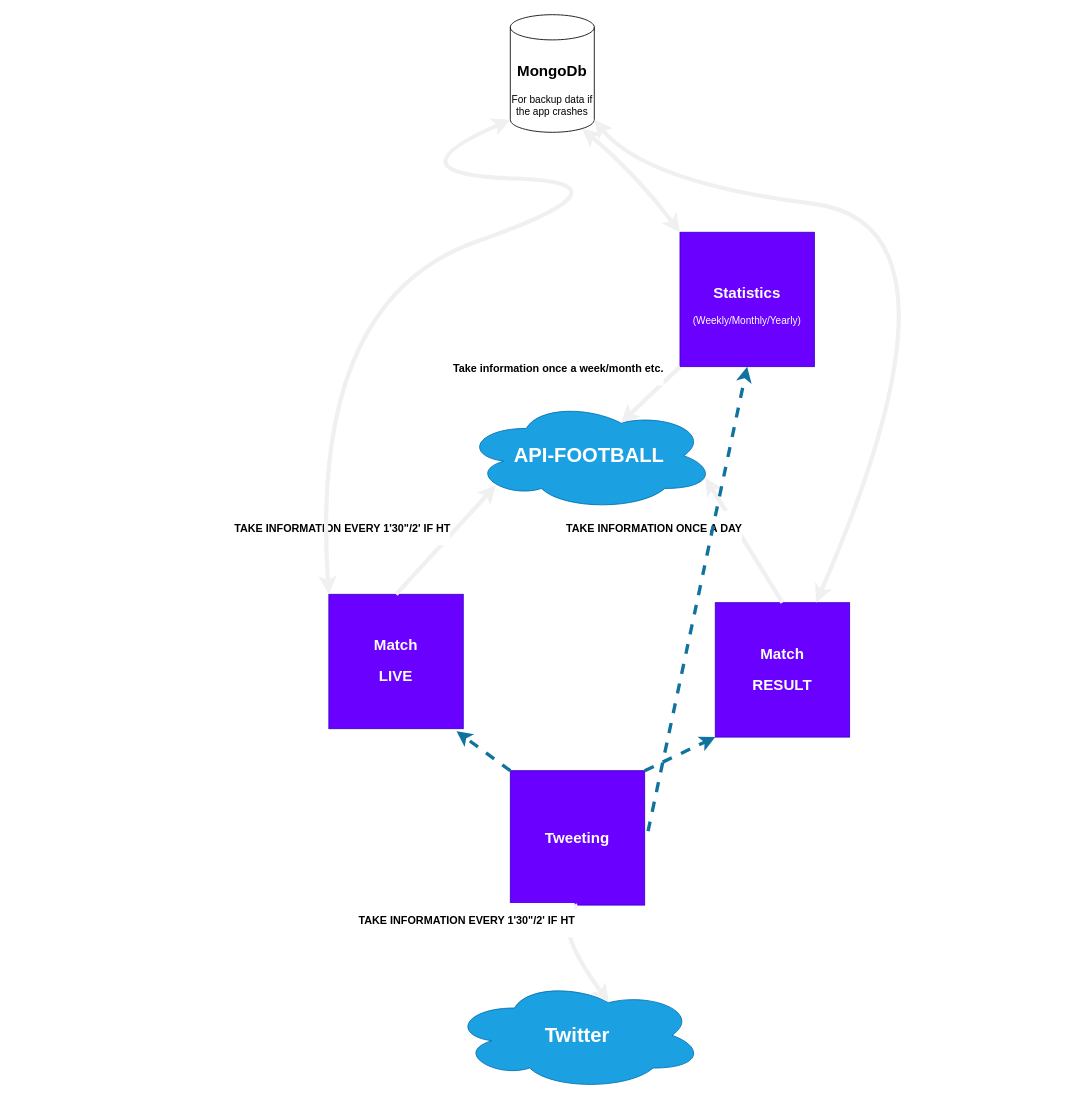
Earlier version of the draw.io diagram architecture.drawio (Zakichanu/Soccer-Alert-Twitter). Source tidied: cells renumbered, new cells numbered last; positions are measured from the earlier drawing's top-left corner, leaving out a move shared by most shapes. Both pictures are drawn from the tidied source at 84%, with x=0, y=0 at pixel (308, 14).
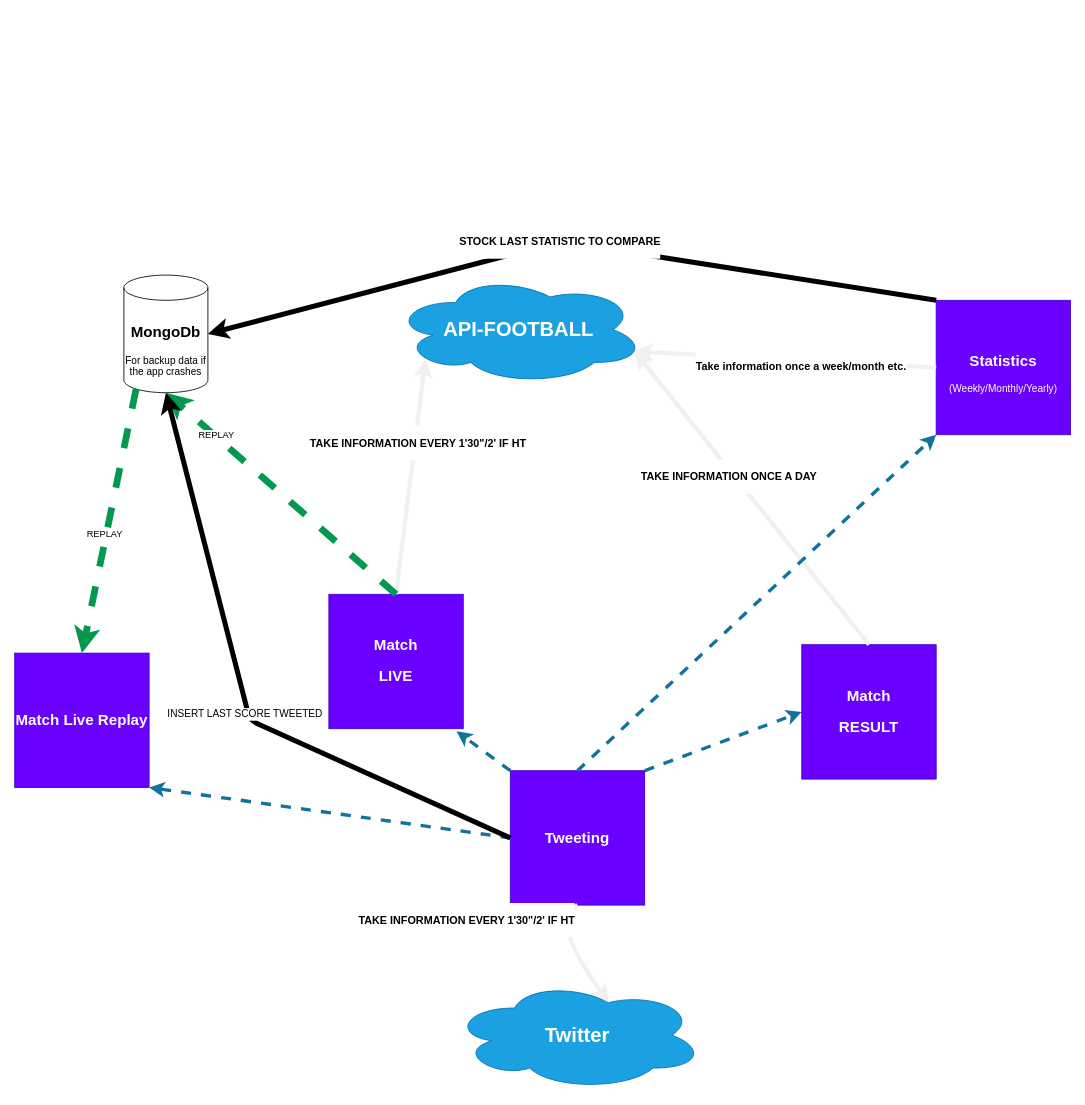
After the change.

Unchanged cells that the change refers to:
```xml
<mxCell id="3" value="&lt;h2&gt;Match&lt;/h2&gt;&lt;h2&gt;LIVE&lt;/h2&gt;" style="whiteSpace=wrap;html=1;fillColor=#6a00ff;fontColor=#ffffff;strokeColor=#3700CC;" parent="1" vertex="1">
  <mxGeometry x="24" y="690" width="160" height="160" as="geometry" />
</mxCell>
<mxCell id="4" style="endArrow=classic;html=1;entryX=0.13;entryY=0.77;entryDx=0;entryDy=0;entryPerimeter=0;exitX=0.5;exitY=0;exitDx=0;exitDy=0;curved=1;strokeColor=#F0F0F0;shadow=0;sketch=0;strokeWidth=5;" parent="1" edge="1" source="3" target="2">
  <mxGeometry relative="1" as="geometry" />
</mxCell>
<mxCell id="7" style="endArrow=classic;html=1;entryX=0.96;entryY=0.7;entryDx=0;entryDy=0;entryPerimeter=0;exitX=0.5;exitY=0;exitDx=0;exitDy=0;curved=1;strokeColor=#F0F0F0;shadow=0;sketch=0;strokeWidth=5;" parent="1" edge="1" source="6" target="2">
  <mxGeometry relative="1" as="geometry" />
</mxCell>
<mxCell id="16" value="&lt;h2&gt;Tweeting&lt;/h2&gt;" style="whiteSpace=wrap;html=1;fillColor=#6a00ff;fontColor=#ffffff;strokeColor=#3700CC;" parent="1" vertex="1">
  <mxGeometry x="240" y="900" width="160" height="160" as="geometry" />
</mxCell>
```

Change to the diagram source:
```diff
@@
     <mxCell id="2" value="&lt;h1&gt;API-FOOTBALL&lt;/h1&gt;" style="ellipse;shape=cloud;whiteSpace=wrap;html=1;fillColor=#1ba1e2;fontColor=#ffffff;strokeColor=#006EAF;" parent="1" vertex="1">
-      <mxGeometry x="184" y="460" width="300" height="130" as="geometry" />
+      <mxGeometry x="100" y="310" width="300" height="130" as="geometry" />
     </mxCell>
@@
     <mxCell id="5" value="&lt;h3&gt;TAKE INFORMATION EVERY 1'30&quot;/2' IF HT&lt;/h3&gt;" style="edgeLabel;html=1;align=center;verticalAlign=middle;" parent="4" vertex="1">
       <mxGeometry x="-0.16" y="-1" relative="1" as="geometry">
-        <mxPoint x="-115" y="-26" as="offset" />
+        <mxPoint x="10" y="-64" as="offset" />
       </mxGeometry>
     </mxCell>
     <mxCell id="6" value="&lt;h2&gt;Match&lt;/h2&gt;&lt;h2&gt;RESULT&lt;/h2&gt;" style="whiteSpace=wrap;html=1;fillColor=#6a00ff;fontColor=#ffffff;strokeColor=#3700CC;" parent="1" vertex="1">
-      <mxGeometry x="484" y="700" width="160" height="160" as="geometry" />
+      <mxGeometry x="587" y="750" width="160" height="160" as="geometry" />
     </mxCell>
@@
     <mxCell id="8" value="&lt;h3&gt;TAKE INFORMATION ONCE A DAY&lt;/h3&gt;" style="edgeLabel;html=1;align=center;verticalAlign=middle;" parent="7" vertex="1">
       <mxGeometry x="-0.16" y="-1" relative="1" as="geometry">
-        <mxPoint x="-115" y="-26" as="offset" />
+        <mxPoint x="-51" y="-53" as="offset" />
       </mxGeometry>
     </mxCell>
     <mxCell id="9" value="&lt;h2&gt;Statistics&lt;/h2&gt;&lt;div&gt;(Weekly/Monthly/Yearly)&lt;/div&gt;" style="whiteSpace=wrap;html=1;fillColor=#6a00ff;fontColor=#ffffff;strokeColor=#3700CC;" parent="1" vertex="1">
-      <mxGeometry x="442" y="259" width="160" height="160" as="geometry" />
+      <mxGeometry x="747" y="340" width="160" height="160" as="geometry" />
     </mxCell>
-    <mxCell id="10" style="endArrow=classic;html=1;entryX=0.625;entryY=0.2;entryDx=0;entryDy=0;entryPerimeter=0;exitX=0;exitY=1;exitDx=0;exitDy=0;curved=1;strokeColor=#F0F0F0;shadow=0;sketch=0;strokeWidth=5;" parent="1" edge="1" source="9" target="2">
+    <mxCell id="10" style="endArrow=classic;html=1;entryX=0.96;entryY=0.7;entryDx=0;entryDy=0;entryPerimeter=0;exitX=0;exitY=0.5;exitDx=0;exitDy=0;curved=1;strokeColor=#F0F0F0;shadow=0;sketch=0;strokeWidth=5;" parent="1" edge="1" source="9" target="2">
       <mxGeometry relative="1" as="geometry" />
     </mxCell>
     <mxCell id="11" value="&lt;h3&gt;Take information once a week/month etc.&lt;/h3&gt;" style="edgeLabel;html=1;align=center;verticalAlign=middle;" parent="10" vertex="1">
       <mxGeometry x="-0.16" y="-1" relative="1" as="geometry">
-        <mxPoint x="-115" y="-26" as="offset" />
+        <mxPoint x="-11" y="6" as="offset" />
       </mxGeometry>
     </mxCell>
     <mxCell id="12" value="&lt;h2&gt;MongoDb&lt;/h2&gt;&lt;div&gt;For backup data if the app crashes&lt;/div&gt;" style="shape=cylinder3;whiteSpace=wrap;html=1;boundedLbl=1;backgroundOutline=1;size=15;" parent="1" vertex="1">
-      <mxGeometry x="240" width="100" height="140" as="geometry" />
+      <mxGeometry x="-220" y="310" width="100" height="140" as="geometry" />
     </mxCell>
-    <mxCell id="13" style="endArrow=classic;startArrow=classic;html=1;shadow=0;sketch=0;strokeColor=#F0F0F0;strokeWidth=5;curved=1;entryX=0.855;entryY=1;entryDx=0;entryDy=-4.35;entryPerimeter=0;exitX=0;exitY=0;exitDx=0;exitDy=0;" parent="1" edge="1" source="9" target="12">
-      <mxGeometry relative="1" as="geometry">
-        <Array as="points">
-          <mxPoint x="390" y="190" />
-        </Array>
-      </mxGeometry>
-    </mxCell>
-    <mxCell id="14" style="endArrow=classic;startArrow=classic;html=1;shadow=0;sketch=0;strokeColor=#F0F0F0;strokeWidth=5;curved=1;exitX=0;exitY=0;exitDx=0;exitDy=0;entryX=0;entryY=1;entryDx=0;entryDy=-15;entryPerimeter=0;" parent="1" edge="1" source="3" target="12">
-      <mxGeometry relative="1" as="geometry">
-        <Array as="points">
-          <mxPoint y="340" />
-          <mxPoint x="400" y="200" />
-          <mxPoint x="90" y="190" />
-        </Array>
-      </mxGeometry>
-    </mxCell>
-    <mxCell id="15" style="endArrow=classic;startArrow=classic;html=1;shadow=0;sketch=0;strokeColor=#F0F0F0;strokeWidth=5;curved=1;entryX=1;entryY=1;entryDx=0;entryDy=-15;entryPerimeter=0;exitX=0.75;exitY=0;exitDx=0;exitDy=0;" parent="1" edge="1" source="6" target="12">
-      <mxGeometry relative="1" as="geometry">
-        <Array as="points">
-          <mxPoint x="800" y="250" />
-          <mxPoint x="400" y="200" />
-        </Array>
-      </mxGeometry>
-    </mxCell>
@@
-    <mxCell id="21" style="endArrow=classic;html=1;shadow=0;sketch=0;strokeColor=#10739e;strokeWidth=4;curved=1;entryX=0;entryY=1;entryDx=0;entryDy=0;exitX=1;exitY=0;exitDx=0;exitDy=0;dashed=1;fillColor=#b1ddf0;" parent="1" edge="1" source="16" target="6">
+    <mxCell id="21" style="endArrow=classic;html=1;shadow=0;sketch=0;strokeColor=#10739e;strokeWidth=4;curved=1;entryX=0;entryY=0.5;entryDx=0;entryDy=0;exitX=1;exitY=0;exitDx=0;exitDy=0;dashed=1;fillColor=#b1ddf0;" parent="1" edge="1" source="16" target="6">
       <mxGeometry relative="1" as="geometry" />
     </mxCell>
-    <mxCell id="22" style="endArrow=classic;html=1;shadow=0;sketch=0;strokeColor=#10739e;strokeWidth=4;curved=1;entryX=0.5;entryY=1;entryDx=0;entryDy=0;exitX=1.025;exitY=0.45;exitDx=0;exitDy=0;dashed=1;exitPerimeter=0;fillColor=#b1ddf0;" parent="1" edge="1" source="16" target="9">
+    <mxCell id="22" style="endArrow=classic;html=1;shadow=0;sketch=0;strokeColor=#10739e;strokeWidth=4;curved=1;entryX=0;entryY=1;entryDx=0;entryDy=0;exitX=0.5;exitY=0;exitDx=0;exitDy=0;dashed=1;fillColor=#b1ddf0;" parent="1" edge="1" source="16" target="9">
       <mxGeometry relative="1" as="geometry" />
     </mxCell>
+    <mxCell id="23" value="&lt;h2&gt;Match Live Replay&lt;/h2&gt;" style="whiteSpace=wrap;html=1;fillColor=#6a00ff;fontColor=#ffffff;strokeColor=#3700CC;" parent="1" vertex="1">
+      <mxGeometry x="-350" y="760" width="160" height="160" as="geometry" />
+    </mxCell>
+    <mxCell id="14" style="endArrow=classic;html=1;shadow=0;dashed=1;sketch=0;strokeColor=#00994D;strokeWidth=8;curved=1;entryX=0.5;entryY=1;entryDx=0;entryDy=0;entryPerimeter=0;fillColor=#cdeb8b;exitX=0.5;exitY=0;exitDx=0;exitDy=0;" parent="1" edge="1" source="3" target="12">
+      <mxGeometry relative="1" as="geometry" />
+    </mxCell>
+    <mxCell id="24" value="REPLAY" style="edgeLabel;html=1;align=center;verticalAlign=middle;" parent="14" vertex="1">
+      <mxGeometry x="0.3" y="-3" relative="1" as="geometry">
+        <mxPoint x="-38" y="-31" as="offset" />
+      </mxGeometry>
+    </mxCell>
+    <mxCell id="25" style="endArrow=classic;html=1;shadow=0;dashed=1;sketch=0;strokeColor=#00994D;strokeWidth=8;curved=1;entryX=0.5;entryY=0;entryDx=0;entryDy=0;exitX=0.145;exitY=1;exitDx=0;exitDy=-4.35;exitPerimeter=0;" parent="1" edge="1" source="12" target="23">
+      <mxGeometry relative="1" as="geometry" />
+    </mxCell>
+    <mxCell id="26" value="REPLAY" style="edgeLabel;html=1;align=center;verticalAlign=middle;" parent="25" vertex="1">
+      <mxGeometry x="0.1" y="-3" relative="1" as="geometry" />
+    </mxCell>
+    <mxCell id="27" style="endArrow=classic;html=1;shadow=0;sketch=0;strokeColor=#10739e;strokeWidth=4;curved=1;entryX=1;entryY=1;entryDx=0;entryDy=0;exitX=0;exitY=0.5;exitDx=0;exitDy=0;dashed=1;fillColor=#b1ddf0;" parent="1" edge="1" source="16" target="23">
+      <mxGeometry relative="1" as="geometry" />
+    </mxCell>
+    <mxCell id="13" style="endArrow=classic;html=1;exitX=0;exitY=0;exitDx=0;exitDy=0;entryX=1;entryY=0.5;entryDx=0;entryDy=0;entryPerimeter=0;strokeWidth=6;" parent="1" edge="1" source="9" target="12">
+      <mxGeometry relative="1" as="geometry">
+        <Array as="points">
+          <mxPoint x="300" y="270" />
+        </Array>
+      </mxGeometry>
+    </mxCell>
+    <mxCell id="28" value="&lt;h3&gt;STOCK LAST STATISTIC TO COMPARE&lt;/h3&gt;" style="edgeLabel;html=1;align=center;verticalAlign=middle;" parent="13" vertex="1">
+      <mxGeometry x="-0.13" relative="1" as="geometry">
+        <mxPoint x="-67" y="-11" as="offset" />
+      </mxGeometry>
+    </mxCell>
+    <mxCell id="29" style="endArrow=classic;html=1;fontSize=12;strokeWidth=6;exitX=0;exitY=0.5;exitDx=0;exitDy=0;entryX=0.5;entryY=1;entryDx=0;entryDy=0;entryPerimeter=0;" parent="1" edge="1" source="16" target="12">
+      <mxGeometry relative="1" as="geometry">
+        <Array as="points">
+          <mxPoint x="-70" y="840" />
+        </Array>
+      </mxGeometry>
+    </mxCell>
+    <mxCell id="30" value="INSERT LAST SCORE TWEETED" style="edgeLabel;html=1;align=center;verticalAlign=middle;fontSize=12;" parent="29" vertex="1">
+      <mxGeometry x="-0.06" y="4" relative="1" as="geometry" />
+    </mxCell>
```
